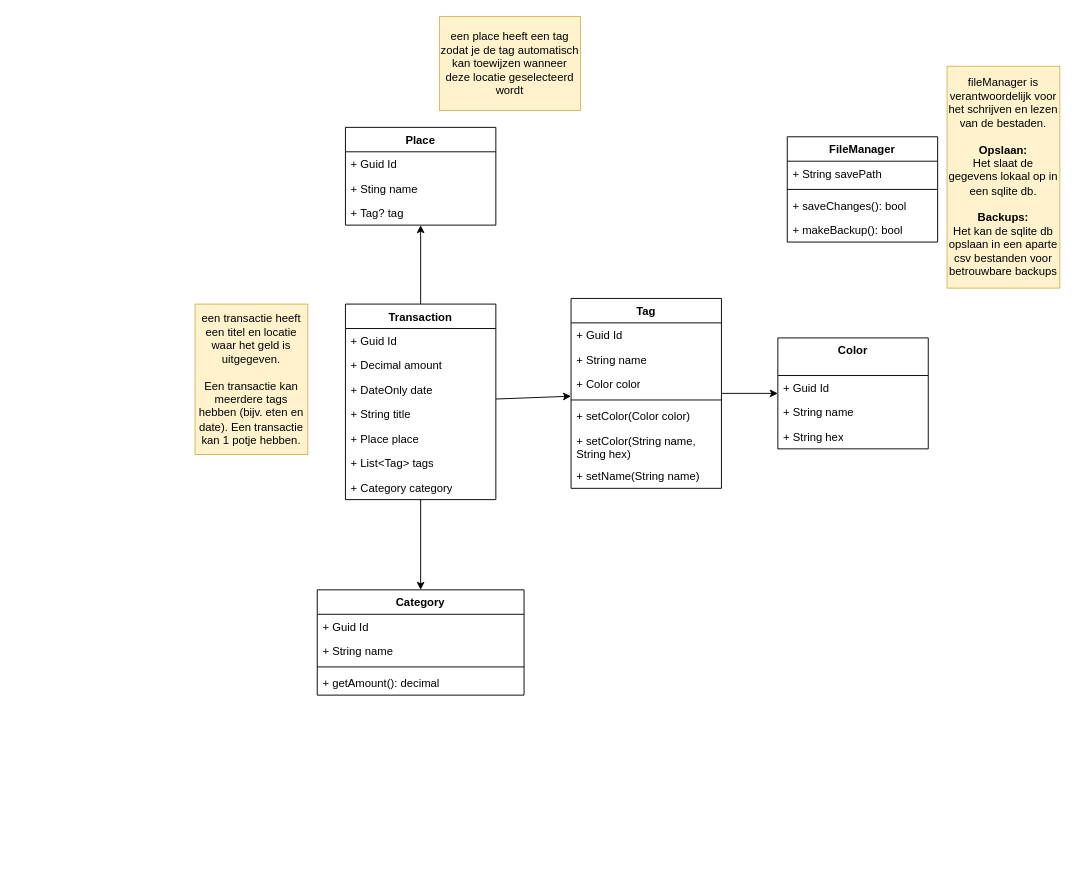
RubenZwinkels/ROOS keeps this draw.io diagram as class-diagram.drawio. Above is the earlier version. Source tidied: cells renumbered, new cells numbered last; positions are measured from the earlier drawing's top-left corner, leaving out a move shared by most shapes. Both pictures are drawn from the tidied source at 94%, with x=0, y=0 at pixel (195, 16).
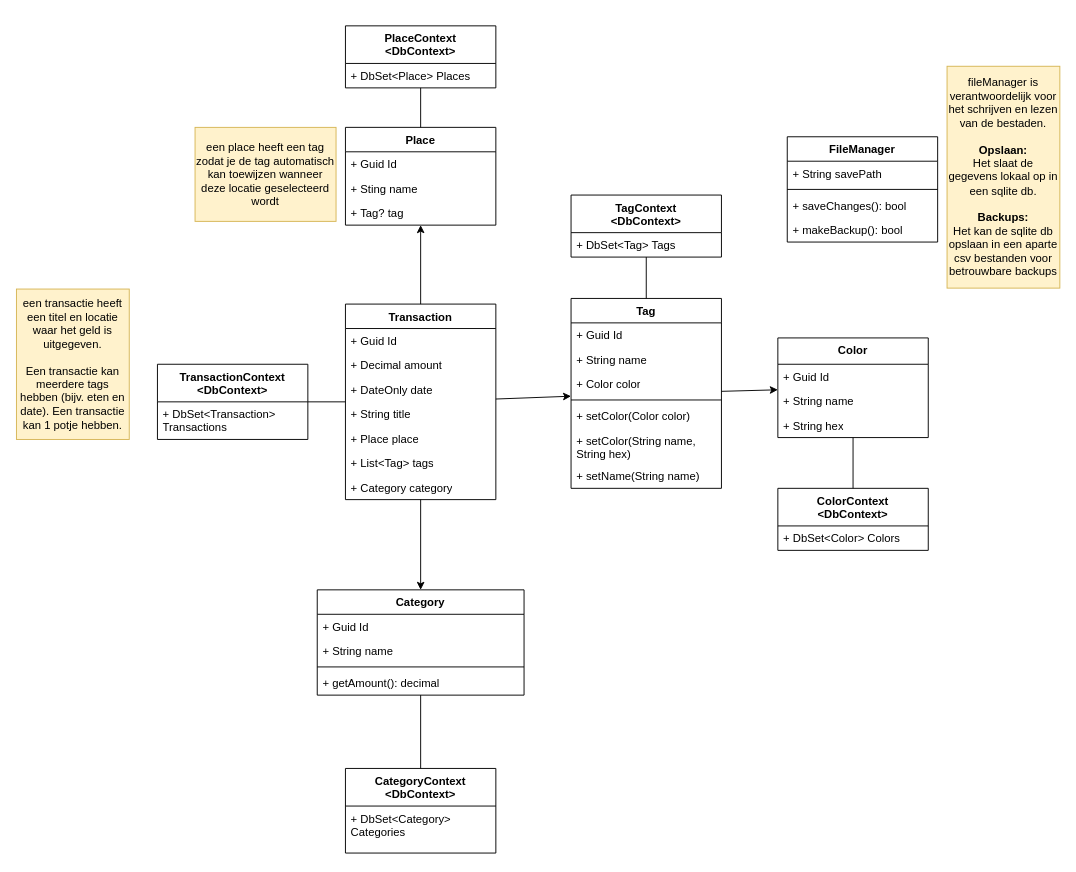
The same diagram, later.

Unchanged cells that the change refers to:
```xml
<mxCell id="2" value="Category" style="swimlane;fontStyle=1;align=center;verticalAlign=top;horizontal=1;startSize=26;whiteSpace=wrap;html=1;" parent="1" vertex="1">
  <mxGeometry x="130" y="610" width="220" height="112" as="geometry" />
</mxCell>
<mxCell id="7" value="Transaction" style="swimlane;fontStyle=1;align=center;verticalAlign=top;horizontal=1;startSize=26;whiteSpace=wrap;html=1;" parent="1" vertex="1">
  <mxGeometry x="160" y="306" width="160" height="208" as="geometry" />
</mxCell>
<mxCell id="15" value="Tag" style="swimlane;fontStyle=1;align=center;verticalAlign=top;horizontal=1;startSize=26;whiteSpace=wrap;html=1;" parent="1" vertex="1">
  <mxGeometry x="400" y="300" width="160" height="202" as="geometry" />
</mxCell>
<mxCell id="30" value="Place" style="swimlane;fontStyle=1;align=center;verticalAlign=top;horizontal=1;startSize=26;whiteSpace=wrap;html=1;" parent="1" vertex="1">
  <mxGeometry x="160" y="118" width="160" height="104" as="geometry" />
</mxCell>
```

Change to the diagram source:
```diff
@@
     <mxCell id="23" value="een transactie heeft een titel en locatie waar het geld is uitgegeven.&lt;div&gt;&lt;br&gt;&lt;/div&gt;&lt;div&gt;Een transactie kan meerdere tags hebben (bijv. eten en date). Een transactie kan 1 potje hebben.&lt;/div&gt;" style="rounded=0;whiteSpace=wrap;html=1;fillColor=#fff2cc;strokeColor=#d6b656;" parent="1" vertex="1">
-      <mxGeometry y="306" width="120" height="160" as="geometry" />
+      <mxGeometry x="-190" y="290" width="120" height="160" as="geometry" />
     </mxCell>
-    <mxCell id="24" value="&lt;span style=&quot;background-color: transparent; color: light-dark(rgb(0, 0, 0), rgb(255, 255, 255));&quot;&gt;Color&lt;/span&gt;" style="swimlane;fontStyle=1;align=center;verticalAlign=top;horizontal=1;startSize=40;whiteSpace=wrap;html=1;" parent="1" vertex="1">
-      <mxGeometry x="620" y="342" width="160" height="118" as="geometry" />
+    <mxCell id="24" value="&lt;span style=&quot;background-color: transparent; color: light-dark(rgb(0, 0, 0), rgb(255, 255, 255));&quot;&gt;Color&lt;/span&gt;" style="swimlane;fontStyle=1;align=center;verticalAlign=top;horizontal=1;startSize=28;whiteSpace=wrap;html=1;" parent="1" vertex="1">
+      <mxGeometry x="620" y="342" width="160" height="106" as="geometry" />
     </mxCell>
     <mxCell id="25" value="+ Guid Id" style="text;strokeColor=none;fillColor=none;align=left;verticalAlign=top;spacingLeft=4;spacingRight=4;overflow=hidden;whiteSpace=wrap;html=1;" parent="24" vertex="1">
-      <mxGeometry y="40" width="160" height="26" as="geometry" />
+      <mxGeometry y="28" width="160" height="26" as="geometry" />
     </mxCell>
     <mxCell id="26" value="+ String name" style="text;strokeColor=none;fillColor=none;align=left;verticalAlign=top;spacingLeft=4;spacingRight=4;overflow=hidden;whiteSpace=wrap;html=1;" parent="24" vertex="1">
-      <mxGeometry y="66" width="160" height="26" as="geometry" />
+      <mxGeometry y="54" width="160" height="26" as="geometry" />
     </mxCell>
     <mxCell id="27" value="+ String hex" style="text;strokeColor=none;fillColor=none;align=left;verticalAlign=top;spacingLeft=4;spacingRight=4;overflow=hidden;whiteSpace=wrap;html=1;" parent="24" vertex="1">
-      <mxGeometry y="92" width="160" height="26" as="geometry" />
+      <mxGeometry y="80" width="160" height="26" as="geometry" />
     </mxCell>
@@
     <mxCell id="34" value="een place heeft een tag zodat je de tag automatisch kan toewijzen wanneer deze locatie geselecteerd wordt" style="rounded=0;whiteSpace=wrap;html=1;fillColor=#fff2cc;strokeColor=#d6b656;" parent="1" vertex="1">
-      <mxGeometry x="260" width="150" height="100" as="geometry" />
+      <mxGeometry y="118" width="150" height="100" as="geometry" />
     </mxCell>
@@
+    <mxCell id="43" value="PlaceContext&lt;div&gt;&amp;lt;DbContext&amp;gt;&lt;/div&gt;" style="swimlane;fontStyle=1;align=center;verticalAlign=top;horizontal=1;startSize=40;whiteSpace=wrap;html=1;" parent="1" vertex="1">
+      <mxGeometry x="160" y="10" width="160" height="66" as="geometry" />
+    </mxCell>
+    <mxCell id="44" value="+ DbSet&amp;lt;Place&amp;gt; Places" style="text;strokeColor=none;fillColor=none;align=left;verticalAlign=top;spacingLeft=4;spacingRight=4;overflow=hidden;whiteSpace=wrap;html=1;" parent="43" vertex="1">
+      <mxGeometry y="40" width="160" height="26" as="geometry" />
+    </mxCell>
+    <mxCell id="45" value="TransactionContext&lt;div&gt;&amp;lt;DbContext&amp;gt;&lt;/div&gt;" style="swimlane;fontStyle=1;align=center;verticalAlign=top;horizontal=1;startSize=40;whiteSpace=wrap;html=1;" parent="1" vertex="1">
+      <mxGeometry x="-40" y="370" width="160" height="80" as="geometry" />
+    </mxCell>
+    <mxCell id="46" value="+ DbSet&amp;lt;Transaction&amp;gt; Transactions&amp;nbsp;" style="text;strokeColor=none;fillColor=none;align=left;verticalAlign=top;spacingLeft=4;spacingRight=4;overflow=hidden;whiteSpace=wrap;html=1;" parent="45" vertex="1">
+      <mxGeometry y="40" width="160" height="40" as="geometry" />
+    </mxCell>
+    <mxCell id="47" value="TagContext&lt;div&gt;&amp;lt;DbContext&amp;gt;&lt;/div&gt;" style="swimlane;fontStyle=1;align=center;verticalAlign=top;horizontal=1;startSize=40;whiteSpace=wrap;html=1;" parent="1" vertex="1">
+      <mxGeometry x="400" y="190" width="160" height="66" as="geometry" />
+    </mxCell>
+    <mxCell id="48" value="+ DbSet&amp;lt;Tag&amp;gt; Tags&amp;nbsp;" style="text;strokeColor=none;fillColor=none;align=left;verticalAlign=top;spacingLeft=4;spacingRight=4;overflow=hidden;whiteSpace=wrap;html=1;" parent="47" vertex="1">
+      <mxGeometry y="40" width="160" height="26" as="geometry" />
+    </mxCell>
+    <mxCell id="49" value="&lt;div&gt;ColorContext&lt;/div&gt;&lt;div&gt;&amp;lt;DbContext&amp;gt;&lt;/div&gt;" style="swimlane;fontStyle=1;align=center;verticalAlign=top;horizontal=1;startSize=40;whiteSpace=wrap;html=1;" parent="1" vertex="1">
+      <mxGeometry x="620" y="502" width="160" height="66" as="geometry" />
+    </mxCell>
+    <mxCell id="50" value="+ DbSet&amp;lt;Color&amp;gt; Colors&amp;nbsp;" style="text;strokeColor=none;fillColor=none;align=left;verticalAlign=top;spacingLeft=4;spacingRight=4;overflow=hidden;whiteSpace=wrap;html=1;" parent="49" vertex="1">
+      <mxGeometry y="40" width="160" height="26" as="geometry" />
+    </mxCell>
+    <mxCell id="51" style="endArrow=none;html=1;rounded=0;" parent="1" edge="1" source="49" target="24">
+      <mxGeometry relative="1" as="geometry" />
+    </mxCell>
+    <mxCell id="52" style="endArrow=none;html=1;rounded=0;" parent="1" edge="1" source="15" target="47">
+      <mxGeometry relative="1" as="geometry" />
+    </mxCell>
+    <mxCell id="53" value="CategoryContext&lt;div&gt;&amp;lt;DbContext&amp;gt;&lt;/div&gt;" style="swimlane;fontStyle=1;align=center;verticalAlign=top;horizontal=1;startSize=40;whiteSpace=wrap;html=1;" parent="1" vertex="1">
+      <mxGeometry x="160" y="800" width="160" height="90" as="geometry" />
+    </mxCell>
+    <mxCell id="54" value="+ DbSet&amp;lt;Category&amp;gt; Categories&amp;nbsp;" style="text;strokeColor=none;fillColor=none;align=left;verticalAlign=top;spacingLeft=4;spacingRight=4;overflow=hidden;whiteSpace=wrap;html=1;" parent="53" vertex="1">
+      <mxGeometry y="40" width="160" height="50" as="geometry" />
+    </mxCell>
+    <mxCell id="55" style="endArrow=none;html=1;rounded=0;" parent="1" edge="1" source="53" target="2">
+      <mxGeometry relative="1" as="geometry" />
+    </mxCell>
+    <mxCell id="56" style="endArrow=none;html=1;rounded=0;" parent="1" edge="1" source="45" target="7">
+      <mxGeometry relative="1" as="geometry" />
+    </mxCell>
+    <mxCell id="57" style="endArrow=none;html=1;rounded=0;" parent="1" edge="1" source="30" target="43">
+      <mxGeometry relative="1" as="geometry" />
+    </mxCell>
```
